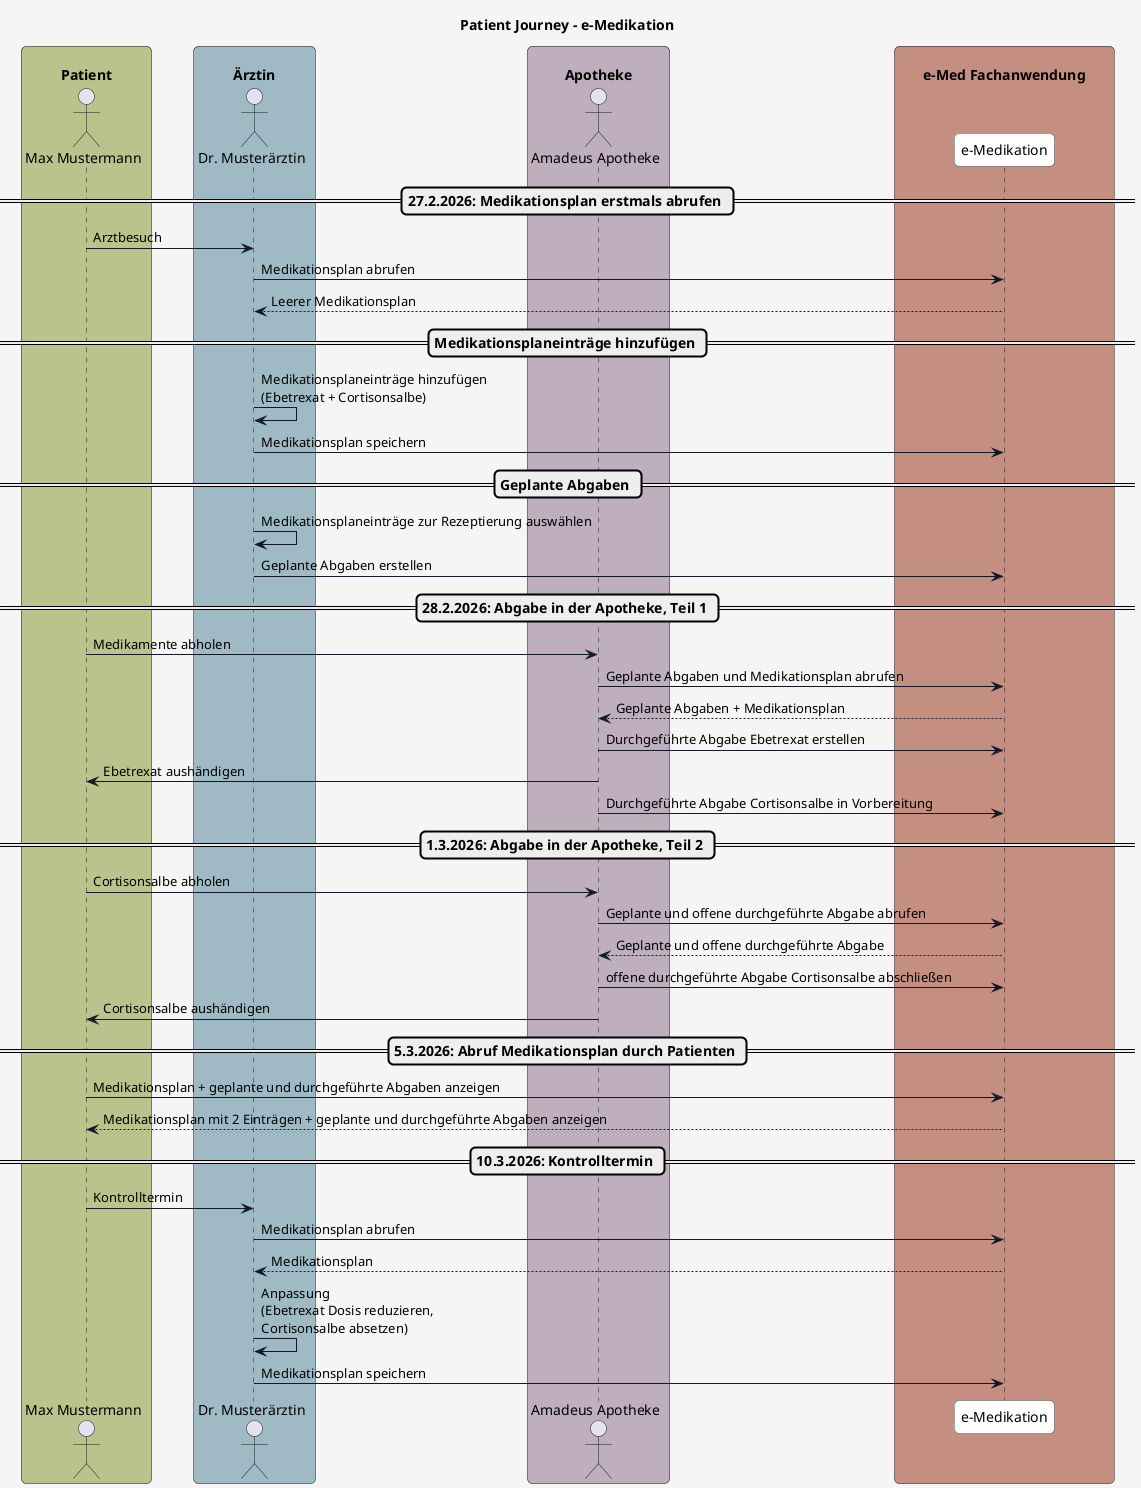
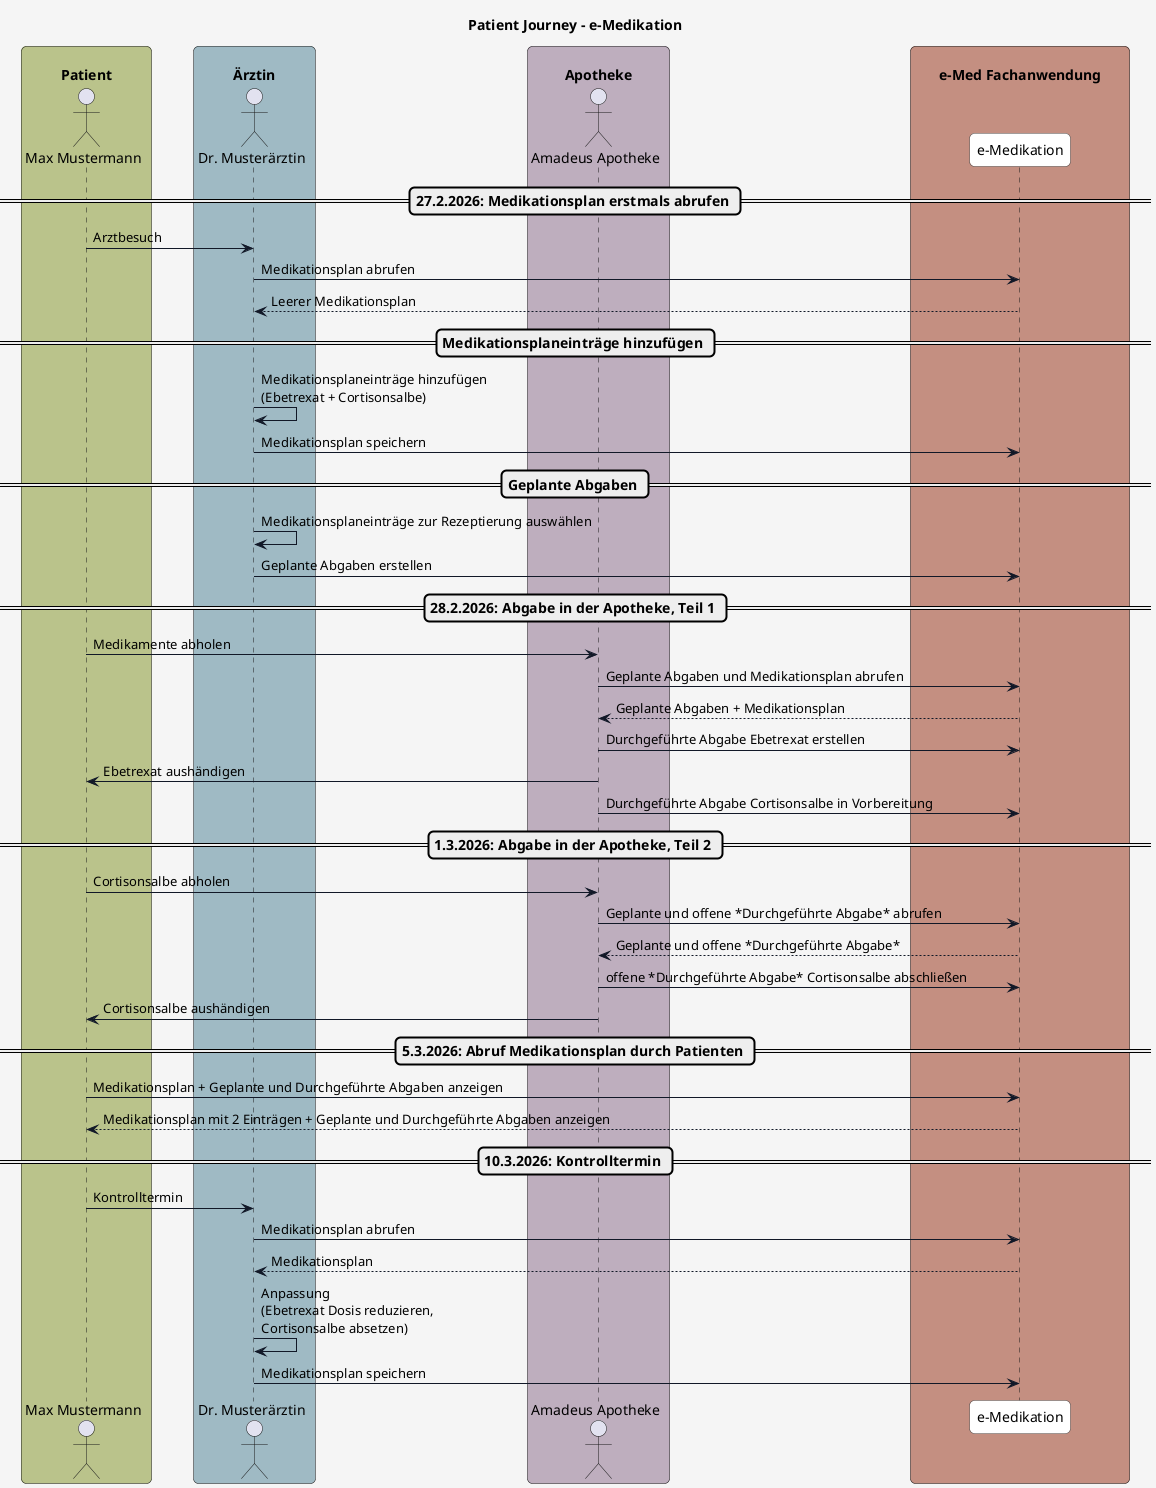
@startuml
title Patient Journey – e-Medikation

'skinparam actorStyle awesome

skinparam borderColor #000000
skinparam backgroundColor #f5f5f5
skinparam shadowing false
skinparam roundCorner 10
skinparam defaultFontName "Arial"
skinparam defaultFontSize 14
skinparam defaultFontColor #000000

skinparam note {
  BackgroundColor #e0e5f0-#d1d9e6
  BorderColor #8b95a5
  BorderThickness 1
  RoundCorner 8
  Padding 6
  FontColor #111827
  Shadowing true
}

skinparam HyperlinkColor #0000EE
skinparam HyperlinkUnderline false

skinparam sequence {
  ParticipantBorderColor #555555
  ParticipantBackgroundColor #ffffff
  ParticipantFontColor #000000
  ParticipantFontSize 14
  ParticipantPadding 20
  ArrowColor #111827
  ArrowThickness 1
  ArrowFontColor #000000
  ArrowFontSize 13
  GroupBorderColor #111827
  GroupBackgroundColor #eef2ff
  GroupBorderThickness 2
}

skinparam BoxPadding 20
skinparam BoxBorderColor #555555


box "\n Patient " #bac38b
actor Patient as "Max Mustermann"
end box

box "\n Ärztin " #9fbac4
actor Arzt as "Dr. Musterärztin"
end box

box "\n Apotheke " #beaebe
actor Apotheke as "Amadeus Apotheke"
end box

box "\n       e-Med Fachanwendung       " #c48f81
  participant System as "e-Medikation"
end box




== 27.2.2026: Medikationsplan erstmals abrufen ==
Patient -> Arzt: Arztbesuch
Arzt -> System: Medikationsplan abrufen
System --> Arzt: Leerer Medikationsplan

== Medikationsplaneinträge hinzufügen ==
Arzt -> Arzt: Medikationsplaneinträge hinzufügen\n(Ebetrexat + Cortisonsalbe)
Arzt -> System: Medikationsplan speichern

== Geplante Abgaben ==
Arzt -> Arzt: Medikationsplaneinträge zur Rezeptierung auswählen
Arzt -> System: Geplante Abgaben erstellen

== 28.2.2026: Abgabe in der Apotheke, Teil 1 ==
Patient -> Apotheke: Medikamente abholen
Apotheke -> System: Geplante Abgaben und Medikationsplan abrufen
System --> Apotheke: Geplante Abgaben + Medikationsplan

Apotheke -> System: Durchgeführte Abgabe Ebetrexat erstellen
Apotheke -> Patient: Ebetrexat aushändigen

Apotheke -> System: Durchgeführte Abgabe Cortisonsalbe in Vorbereitung


== 1.3.2026: Abgabe in der Apotheke, Teil 2 ==
Patient -> Apotheke: Cortisonsalbe abholen
- Apotheke -> System: Geplante und offene durchgeführte Abgabe abrufen
- System --> Apotheke: Geplante und offene durchgeführte Abgabe
+ Apotheke -> System: Geplante und offene *Durchgeführte Abgabe* abrufen
+ System --> Apotheke: Geplante und offene *Durchgeführte Abgabe*

- Apotheke -> System: offene durchgeführte Abgabe Cortisonsalbe abschließen
+ Apotheke -> System: offene *Durchgeführte Abgabe* Cortisonsalbe abschließen
Apotheke -> Patient: Cortisonsalbe aushändigen

== 5.3.2026: Abruf Medikationsplan durch Patienten ==
- Patient -> System: Medikationsplan + geplante und durchgeführte Abgaben anzeigen
- System --> Patient: Medikationsplan mit 2 Einträgen + geplante und durchgeführte Abgaben anzeigen
+ Patient -> System: Medikationsplan + Geplante und Durchgeführte Abgaben anzeigen
+ System --> Patient: Medikationsplan mit 2 Einträgen + Geplante und Durchgeführte Abgaben anzeigen

== 10.3.2026: Kontrolltermin ==
Patient -> Arzt: Kontrolltermin

Arzt -> System: Medikationsplan abrufen
System --> Arzt: Medikationsplan

Arzt -> Arzt: Anpassung\n(Ebetrexat Dosis reduzieren,\nCortisonsalbe absetzen)
Arzt -> System: Medikationsplan speichern

@enduml